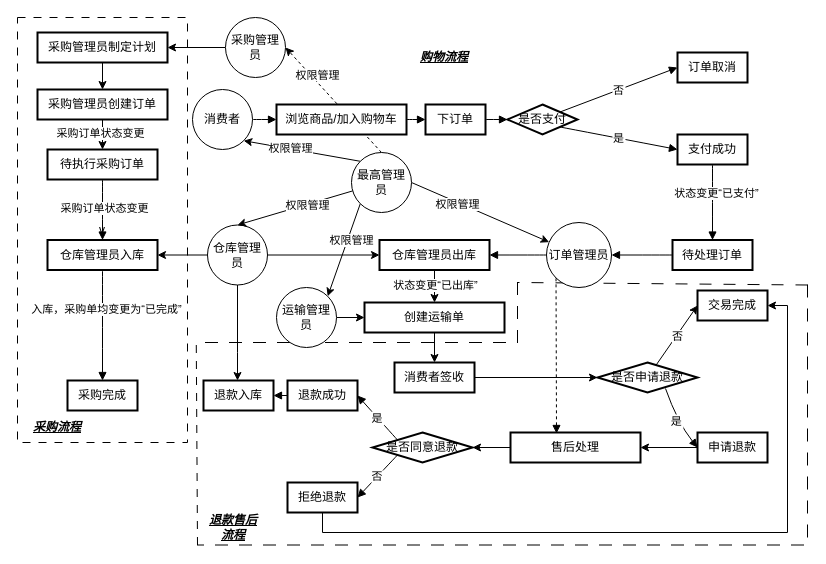
The draw.io diagram page "第 2 页" (2 of 3) of 组织架构.drawio in moriyasukowa/resume, before the edit. Source tidied: cells renumbered, new cells numbered last; positions are measured from the earlier drawing's top-left corner, leaving out a move shared by most shapes. Both pictures are drawn from the tidied source at 100%, with x=0, y=0 at pixel (17, 17).
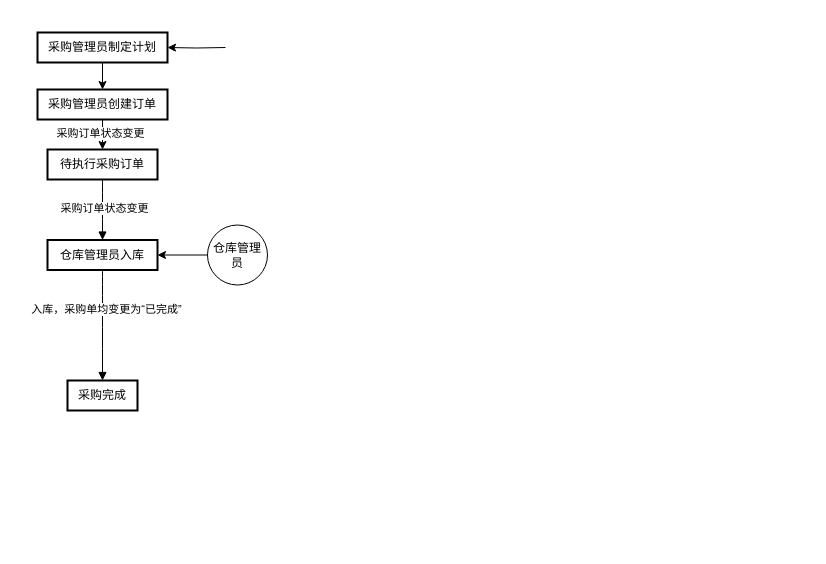
The same page after the edit.

Commit message:
更新组织架构.drawio

The change refers to these unchanged cells:
```xml
<mxCell id="30" value="采购管理员制定计划" style="whiteSpace=wrap;strokeWidth=2;" parent="1" vertex="1">
  <mxGeometry x="20" y="15" width="130" height="30" as="geometry" />
</mxCell>
<mxCell id="61" value="仓库管理员" style="ellipse;whiteSpace=wrap;html=1;rotation=0;" parent="1" vertex="1">
  <mxGeometry x="190" y="207.5" width="60" height="60" as="geometry" />
</mxCell>
```

The edit, as a diff of the source:
```diff
@@
-    <mxCell id="2" style="endArrow=none;dashed=1;html=1;rounded=0;exitX=1;exitY=0;exitDx=0;exitDy=0;entryX=1;entryY=0;entryDx=0;entryDy=0;dashPattern=12 12;" parent="1" edge="1" source="3" target="4">
-      <mxGeometry relative="1" as="geometry" />
-    </mxCell>
-    <mxCell id="3" style="shape=partialRectangle;whiteSpace=wrap;html=1;top=0;left=0;fillColor=none;dashed=1;dashPattern=12 12;" parent="1" vertex="1">
-      <mxGeometry x="180" y="267.5" width="610" height="260" as="geometry" />
-    </mxCell>
-    <mxCell id="4" style="shape=partialRectangle;whiteSpace=wrap;html=1;top=0;left=0;fillColor=none;dashed=1;dashPattern=12 12;" parent="1" vertex="1">
-      <mxGeometry x="180" y="265" width="320" height="60" as="geometry" />
-    </mxCell>
-    <mxCell id="5" value="下订单" style="whiteSpace=wrap;strokeWidth=2;" parent="1" vertex="1">
-      <mxGeometry x="408" y="87" width="60" height="30" as="geometry" />
-    </mxCell>
-    <mxCell id="6" value="是否支付" style="rhombus;strokeWidth=2;whiteSpace=wrap;" parent="1" vertex="1">
-      <mxGeometry x="490" y="87" width="70" height="30" as="geometry" />
-    </mxCell>
-    <mxCell id="7" value="支付成功" style="whiteSpace=wrap;strokeWidth=2;" parent="1" vertex="1">
-      <mxGeometry x="660" y="117" width="70" height="30" as="geometry" />
-    </mxCell>
-    <mxCell id="8" value="订单取消" style="whiteSpace=wrap;strokeWidth=2;" parent="1" vertex="1">
-      <mxGeometry x="660" y="35" width="70" height="30" as="geometry" />
-    </mxCell>
-    <mxCell id="9" value="待处理订单" style="whiteSpace=wrap;strokeWidth=2;" parent="1" vertex="1">
-      <mxGeometry x="655" y="222.5" width="80" height="30" as="geometry" />
-    </mxCell>
-    <mxCell id="10" style="edgeStyle=orthogonalEdgeStyle;rounded=0;jettySize=auto;html=1;" parent="1" edge="1" source="12" target="14">
-      <mxGeometry relative="1" as="geometry" />
-    </mxCell>
-    <mxCell id="11" value="状态变更“已出库”" style="edgeLabel;html=1;align=center;verticalAlign=middle;" parent="10" vertex="1">
-      <mxGeometry x="0.04" relative="1" as="geometry" />
-    </mxCell>
-    <mxCell id="12" value="仓库管理员出库" style="whiteSpace=wrap;strokeWidth=2;" parent="1" vertex="1">
-      <mxGeometry x="362" y="222.5" width="110" height="30" as="geometry" />
-    </mxCell>
-    <mxCell id="13" style="edgeStyle=orthogonalEdgeStyle;rounded=0;jettySize=auto;html=1;" parent="1" edge="1" source="14" target="16">
-      <mxGeometry relative="1" as="geometry" />
-    </mxCell>
-    <mxCell id="14" value="创建运输单" style="whiteSpace=wrap;strokeWidth=2;" parent="1" vertex="1">
-      <mxGeometry x="347" y="285" width="140" height="30" as="geometry" />
-    </mxCell>
-    <mxCell id="15" style="edgeStyle=orthogonalEdgeStyle;rounded=0;jettySize=auto;html=1;exitX=1;exitY=0.5;exitDx=0;exitDy=0;entryX=0;entryY=0.5;entryDx=0;entryDy=0;" parent="1" edge="1" source="16" target="19">
-      <mxGeometry relative="1" as="geometry" />
-    </mxCell>
-    <mxCell id="16" value="消费者签收" style="whiteSpace=wrap;strokeWidth=2;" parent="1" vertex="1">
-      <mxGeometry x="377" y="345" width="80" height="30" as="geometry" />
-    </mxCell>
-    <mxCell id="17" style="rounded=0;jettySize=auto;html=1;entryX=0;entryY=0.5;entryDx=0;entryDy=0;" parent="1" edge="1" source="19" target="22">
-      <mxGeometry relative="1" as="geometry" />
-    </mxCell>
-    <mxCell id="18" value="否" style="edgeLabel;html=1;align=center;verticalAlign=middle;" parent="17" vertex="1">
-      <mxGeometry x="-0.01" y="-1" relative="1" as="geometry" />
-    </mxCell>
-    <mxCell id="19" value="是否申请退款" style="rhombus;strokeWidth=2;whiteSpace=wrap;" parent="1" vertex="1">
-      <mxGeometry x="580" y="345" width="100" height="30" as="geometry" />
-    </mxCell>
-    <mxCell id="20" style="edgeStyle=orthogonalEdgeStyle;rounded=0;jettySize=auto;html=1;" parent="1" edge="1" source="21" target="24">
-      <mxGeometry relative="1" as="geometry" />
-    </mxCell>
-    <mxCell id="21" value="申请退款" style="whiteSpace=wrap;strokeWidth=2;" parent="1" vertex="1">
-      <mxGeometry x="680" y="415" width="70" height="30" as="geometry" />
-    </mxCell>
-    <mxCell id="22" value="交易完成" style="whiteSpace=wrap;strokeWidth=2;" parent="1" vertex="1">
-      <mxGeometry x="680" y="273" width="70" height="30" as="geometry" />
-    </mxCell>
-    <mxCell id="23" style="edgeStyle=orthogonalEdgeStyle;rounded=0;jettySize=auto;html=1;" parent="1" edge="1" source="24" target="25">
-      <mxGeometry relative="1" as="geometry" />
-    </mxCell>
-    <mxCell id="24" value="售后处理" style="whiteSpace=wrap;strokeWidth=2;" parent="1" vertex="1">
-      <mxGeometry x="493" y="415" width="130" height="30" as="geometry" />
-    </mxCell>
-    <mxCell id="25" value="是否同意退款" style="rhombus;strokeWidth=2;whiteSpace=wrap;" parent="1" vertex="1">
-      <mxGeometry x="355" y="415" width="100" height="30" as="geometry" />
-    </mxCell>
-    <mxCell id="26" value="退款成功" style="whiteSpace=wrap;strokeWidth=2;" parent="1" vertex="1">
-      <mxGeometry x="270" y="363" width="70" height="30" as="geometry" />
-    </mxCell>
-    <mxCell id="27" value="拒绝退款" style="whiteSpace=wrap;strokeWidth=2;" parent="1" vertex="1">
-      <mxGeometry x="270" y="465" width="70" height="30" as="geometry" />
-    </mxCell>
-    <mxCell id="28" value="退款入库" style="whiteSpace=wrap;strokeWidth=2;" parent="1" vertex="1">
-      <mxGeometry x="186" y="363" width="70" height="30" as="geometry" />
-    </mxCell>
@@
-    <mxCell id="37" style="curved=1;startArrow=none;endArrow=block;exitX=1;exitY=0.5;entryX=0;entryY=0.5;rounded=0;exitDx=0;exitDy=0;entryDx=0;entryDy=0;" parent="1" edge="1" source="54" target="76">
-      <mxGeometry relative="1" as="geometry" />
-    </mxCell>
-    <mxCell id="38" style="curved=1;startArrow=none;endArrow=block;exitX=1;exitY=0.5;entryX=0;entryY=0.5;rounded=0;exitDx=0;exitDy=0;entryDx=0;entryDy=0;" parent="1" edge="1" source="76" target="5">
-      <mxGeometry relative="1" as="geometry" />
-    </mxCell>
-    <mxCell id="39" style="curved=1;startArrow=none;endArrow=block;exitX=1;exitY=0.5;entryX=0;entryY=0.5;rounded=0;exitDx=0;exitDy=0;entryDx=0;entryDy=0;" parent="1" edge="1" source="5" target="6">
-      <mxGeometry relative="1" as="geometry" />
-    </mxCell>
-    <mxCell id="40" value="是" style="curved=1;startArrow=none;endArrow=block;exitX=1;exitY=1;entryX=0;entryY=0.5;rounded=0;exitDx=0;exitDy=0;entryDx=0;entryDy=0;" parent="1" edge="1" source="6" target="7">
-      <mxGeometry relative="1" as="geometry" />
-    </mxCell>
-    <mxCell id="41" value="否" style="curved=0;startArrow=none;endArrow=block;exitX=1;exitY=0;entryX=0;entryY=0.5;rounded=0;exitDx=0;exitDy=0;strokeColor=default;entryDx=0;entryDy=0;" parent="1" edge="1" source="6" target="8">
-      <mxGeometry relative="1" as="geometry" />
-    </mxCell>
-    <mxCell id="42" style="curved=1;startArrow=none;endArrow=block;exitX=0.5;exitY=0.99;entryX=0.5;entryY=-0.01;rounded=0;" parent="1" edge="1" source="7" target="9">
-      <mxGeometry relative="1" as="geometry" />
-    </mxCell>
-    <mxCell id="43" value="状态变更“已支付”" style="edgeLabel;html=1;align=center;verticalAlign=middle;" parent="42" vertex="1">
-      <mxGeometry x="-0.25" y="3" relative="1" as="geometry" />
-    </mxCell>
-    <mxCell id="44" style="curved=1;startArrow=none;endArrow=block;exitX=0;exitY=0.5;entryX=1;entryY=0.5;rounded=0;exitDx=0;exitDy=0;entryDx=0;entryDy=0;" parent="1" edge="1" source="9" target="55">
-      <mxGeometry relative="1" as="geometry" />
-    </mxCell>
-    <mxCell id="45" style="curved=1;startArrow=none;endArrow=block;exitX=0;exitY=0.5;entryX=1;entryY=0.5;rounded=0;exitDx=0;exitDy=0;entryDx=0;entryDy=0;" parent="1" edge="1" source="55" target="12">
-      <mxGeometry relative="1" as="geometry" />
-    </mxCell>
-    <mxCell id="46" value="是" style="curved=1;startArrow=none;endArrow=block;exitX=0.68;exitY=0.867;entryX=0;entryY=0.5;rounded=0;exitDx=0;exitDy=0;entryDx=0;entryDy=0;exitPerimeter=0;" parent="1" edge="1" source="19" target="21">
-      <mxGeometry relative="1" as="geometry">
-        <Array as="points">
-          <mxPoint x="660" y="405" />
-        </Array>
-      </mxGeometry>
-    </mxCell>
-    <mxCell id="47" value="是" style="curved=1;startArrow=none;endArrow=block;exitX=0;exitY=0;entryX=1;entryY=0.5;rounded=0;entryDx=0;entryDy=0;exitDx=0;exitDy=0;" parent="1" edge="1" source="25" target="26">
-      <mxGeometry relative="1" as="geometry" />
-    </mxCell>
-    <mxCell id="48" value="否" style="curved=1;startArrow=none;endArrow=block;exitX=0;exitY=1;rounded=0;exitDx=0;exitDy=0;entryX=1;entryY=0.5;entryDx=0;entryDy=0;" parent="1" edge="1" source="25" target="27">
-      <mxGeometry relative="1" as="geometry" />
-    </mxCell>
-    <mxCell id="49" style="curved=1;startArrow=none;endArrow=block;exitX=0;exitY=0.5;entryX=1;entryY=0.5;rounded=0;exitDx=0;exitDy=0;entryDx=0;entryDy=0;" parent="1" edge="1" source="26" target="28">
-      <mxGeometry relative="1" as="geometry" />
-    </mxCell>
@@
-    <mxCell id="54" value="消费者" style="ellipse;whiteSpace=wrap;html=1;" parent="1" vertex="1">
-      <mxGeometry x="175" y="72" width="60" height="60" as="geometry" />
-    </mxCell>
-    <mxCell id="55" value="订单管理员" style="ellipse;whiteSpace=wrap;html=1;" parent="1" vertex="1">
-      <mxGeometry x="529" y="205" width="65" height="65" as="geometry" />
-    </mxCell>
-    <mxCell id="56" style="edgeStyle=orthogonalEdgeStyle;rounded=0;jettySize=auto;html=1;" parent="1" edge="1" source="57" target="30">
-      <mxGeometry relative="1" as="geometry" />
+    <mxCell id="56" style="edgeStyle=orthogonalEdgeStyle;rounded=0;jettySize=auto;html=1;" parent="1" edge="1" target="30">
+      <mxGeometry relative="1" as="geometry">
+        <mxPoint x="208" y="30" as="sourcePoint" />
+      </mxGeometry>
     </mxCell>
-    <mxCell id="57" value="采购管理员" style="ellipse;whiteSpace=wrap;html=1;" parent="1" vertex="1">
-      <mxGeometry x="208" width="60" height="60" as="geometry" />
-    </mxCell>
-    <mxCell id="58" style="edgeStyle=orthogonalEdgeStyle;rounded=0;jettySize=auto;html=1;" parent="1" edge="1" source="61" target="12">
-      <mxGeometry relative="1" as="geometry" />
-    </mxCell>
@@
-    <mxCell id="60" style="edgeStyle=orthogonalEdgeStyle;rounded=0;jettySize=auto;html=1;exitX=0.5;exitY=1;exitDx=0;exitDy=0;" parent="1" edge="1" source="61" target="28">
-      <mxGeometry relative="1" as="geometry">
-        <Array as="points">
-          <mxPoint x="220" y="335" />
-          <mxPoint x="220" y="335" />
-        </Array>
-      </mxGeometry>
-    </mxCell>
@@
-    <mxCell id="62" style="edgeStyle=orthogonalEdgeStyle;rounded=0;jettySize=auto;html=1;" parent="1" edge="1" source="63" target="14">
-      <mxGeometry relative="1" as="geometry" />
-    </mxCell>
-    <mxCell id="63" value="运输管理员" style="ellipse;whiteSpace=wrap;html=1;rotation=0;" parent="1" vertex="1">
-      <mxGeometry x="259" y="270" width="60" height="60" as="geometry" />
-    </mxCell>
-    <mxCell id="64" style="endArrow=none;dashed=1;html=1;rounded=0;entryX=0;entryY=1;entryDx=0;entryDy=0;exitX=0.354;exitY=0.032;exitDx=0;exitDy=0;startArrow=block;startFill=1;exitPerimeter=0;" parent="1" edge="1" source="24" target="55">
-      <mxGeometry relative="1" as="geometry" />
-    </mxCell>
-    <mxCell id="65" value="v" style="rounded=0;whiteSpace=wrap;html=1;fillColor=none;dashed=1;strokeColor=default;dashPattern=8 8;" parent="1" vertex="1">
-      <mxGeometry width="170" height="425" as="geometry" />
-    </mxCell>
-    <mxCell id="66" value="&lt;b&gt;&lt;u&gt;&lt;i&gt;采购流程&lt;/i&gt;&lt;/u&gt;&lt;/b&gt;" style="text;html=1;align=center;verticalAlign=middle;whiteSpace=wrap;rounded=0;" parent="1" vertex="1">
-      <mxGeometry x="10" y="395" width="60" height="30" as="geometry" />
-    </mxCell>
-    <mxCell id="67" style="rounded=0;jettySize=auto;html=1;exitX=1;exitY=0.5;exitDx=0;exitDy=0;" parent="1" edge="1" source="75" target="55">
-      <mxGeometry relative="1" as="geometry" />
-    </mxCell>
-    <mxCell id="68" value="权限管理" style="edgeLabel;html=1;align=center;verticalAlign=middle;" parent="67" vertex="1">
-      <mxGeometry x="-0.33" y="-2" relative="1" as="geometry" />
-    </mxCell>
-    <mxCell id="69" style="rounded=0;jettySize=auto;html=1;entryX=0.5;entryY=0;entryDx=0;entryDy=0;" parent="1" edge="1" source="75" target="61">
-      <mxGeometry relative="1" as="geometry" />
-    </mxCell>
-    <mxCell id="70" style="rounded=0;jettySize=auto;html=1;exitX=0;exitY=0;exitDx=0;exitDy=0;entryX=1;entryY=1;entryDx=0;entryDy=0;" parent="1" edge="1" source="75" target="54">
-      <mxGeometry relative="1" as="geometry" />
-    </mxCell>
-    <mxCell id="71" value="权限管理" style="edgeLabel;html=1;align=center;verticalAlign=middle;" parent="70" vertex="1">
-      <mxGeometry x="0.22" y="-1" relative="1" as="geometry" />
-    </mxCell>
-    <mxCell id="72" style="rounded=0;jettySize=auto;html=1;exitX=0;exitY=1;exitDx=0;exitDy=0;entryX=1;entryY=0;entryDx=0;entryDy=0;" parent="1" edge="1" source="75" target="63">
-      <mxGeometry relative="1" as="geometry" />
-    </mxCell>
-    <mxCell id="73" value="权限管理" style="edgeLabel;html=1;align=center;verticalAlign=middle;" parent="72" vertex="1">
-      <mxGeometry x="-0.24" y="3" relative="1" as="geometry" />
-    </mxCell>
-    <mxCell id="74" style="rounded=0;jettySize=auto;html=1;exitX=0.5;exitY=0;exitDx=0;exitDy=0;entryX=1;entryY=0.5;entryDx=0;entryDy=0;dashed=1;" parent="1" edge="1" source="75" target="57">
-      <mxGeometry relative="1" as="geometry" />
-    </mxCell>
-    <mxCell id="75" value="最高管理员" style="ellipse;whiteSpace=wrap;html=1;" parent="1" vertex="1">
-      <mxGeometry x="334" y="135" width="60" height="60" as="geometry" />
-    </mxCell>
-    <mxCell id="76" value="浏览商品/加入购物车" style="whiteSpace=wrap;strokeWidth=2;" parent="1" vertex="1">
-      <mxGeometry x="259" y="87" width="130" height="30" as="geometry" />
-    </mxCell>
-    <mxCell id="77" value="&lt;span style=&quot;font-size: 11px; background-color: rgb(255, 255, 255);&quot;&gt;权限管理&lt;/span&gt;" style="text;html=1;align=center;verticalAlign=middle;strokeColor=none;fillColor=none;" parent="1" vertex="1">
-      <mxGeometry x="255" y="173" width="70" height="30" as="geometry" />
-    </mxCell>
-    <mxCell id="78" value="&lt;span style=&quot;font-size: 11px; background-color: rgb(255, 255, 255);&quot;&gt;权限管理&lt;/span&gt;" style="text;html=1;align=center;verticalAlign=middle;strokeColor=none;fillColor=none;" parent="1" vertex="1">
-      <mxGeometry x="265" y="43" width="70" height="30" as="geometry" />
-    </mxCell>
-    <mxCell id="79" style="edgeStyle=orthogonalEdgeStyle;rounded=0;jettySize=auto;html=1;exitX=0.5;exitY=1;exitDx=0;exitDy=0;entryX=1;entryY=0.5;entryDx=0;entryDy=0;" parent="1" edge="1" source="27" target="22">
-      <mxGeometry relative="1" as="geometry" />
-    </mxCell>
-    <mxCell id="80" style="rounded=0;orthogonalLoop=1;jettySize=auto;html=1;exitX=0;exitY=1;exitDx=0;exitDy=0;entryX=-0.002;entryY=0.225;entryDx=0;entryDy=0;entryPerimeter=0;endArrow=none;startFill=0;dashed=1;dashPattern=8 8;" parent="1" edge="1" source="3" target="3">
-      <mxGeometry relative="1" as="geometry" />
-    </mxCell>
-    <mxCell id="81" value="&lt;b&gt;&lt;u&gt;&lt;i&gt;退款售后流程&lt;/i&gt;&lt;/u&gt;&lt;/b&gt;" style="text;html=1;align=center;verticalAlign=middle;whiteSpace=wrap;rounded=0;" parent="1" vertex="1">
-      <mxGeometry x="186" y="495" width="60" height="30" as="geometry" />
-    </mxCell>
-    <mxCell id="82" value="&lt;b&gt;&lt;u&gt;&lt;i&gt;购物流程&lt;/i&gt;&lt;/u&gt;&lt;/b&gt;" style="text;html=1;align=center;verticalAlign=middle;whiteSpace=wrap;rounded=0;" parent="1" vertex="1">
-      <mxGeometry x="397" y="25" width="60" height="30" as="geometry" />
-    </mxCell>
```
